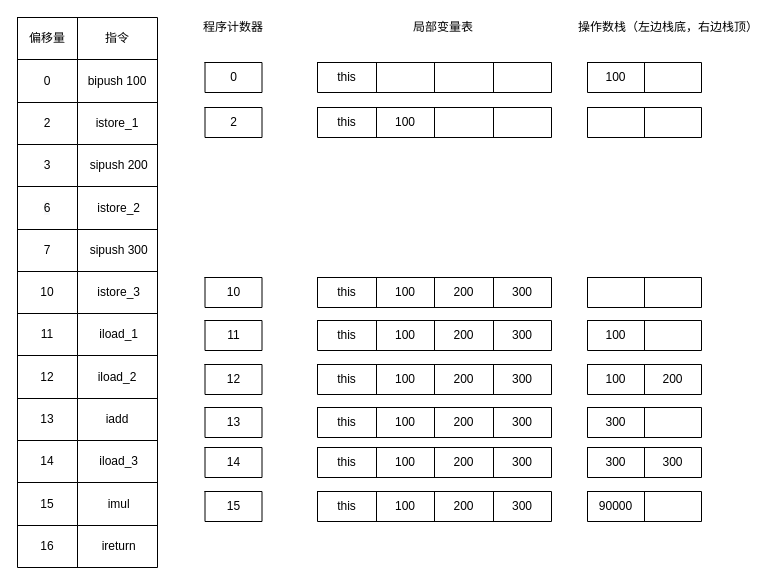
Above: jvm/局部变量表，操作数栈，程序计数器执行过程.drawio in erlieStar/diagrams (draw.io), before the change. Source tidied: cells renumbered, new cells numbered last; positions are measured from the earlier drawing's top-left corner, leaving out a move shared by most shapes. Both pictures are drawn from the tidied source at 100%, with x=0, y=0 at pixel (17, 17).
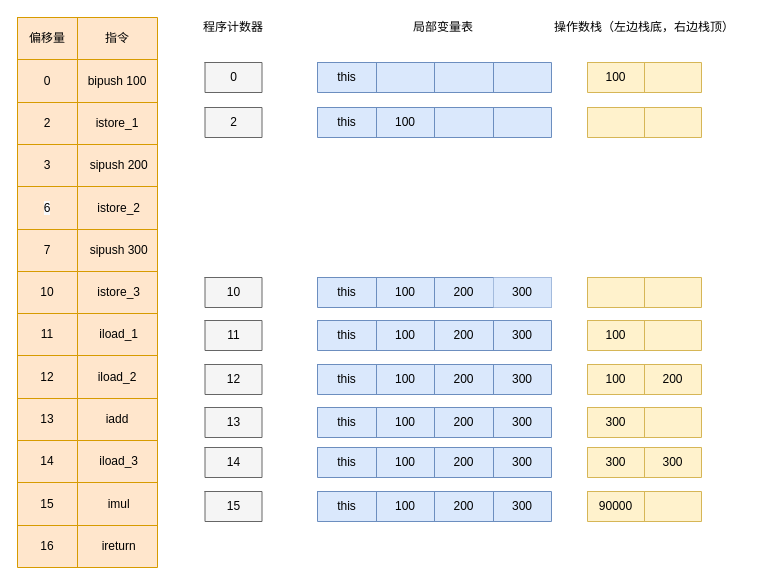
The same page after the edit.

Commit message (it also covers changes not shown here):
Update 局部变量表，操作数栈，程序计数器执行过程.drawio

Unchanged cells that the change refers to:
```xml
<mxCell id="72" style="shape=partialRectangle;html=1;whiteSpace=wrap;fillColor=none;top=0;left=0;bottom=0;right=0;" parent="71" vertex="1">
  <mxGeometry width="234" height="30" as="geometry" />
</mxCell>
```

The edit, as a diff of the source:
```diff
@@
-    <mxCell id="2" style="shape=table;html=1;whiteSpace=wrap;startSize=0;childLayout=tableLayout;" parent="1" vertex="1">
+    <mxCell id="2" style="shape=table;html=1;whiteSpace=wrap;startSize=0;childLayout=tableLayout;fillColor=#ffe6cc;strokeColor=#d79b00;" parent="1" vertex="1">
       <mxGeometry width="140" height="550" as="geometry" />
     </mxCell>
@@
-    <mxCell id="44" style="shape=table;html=1;whiteSpace=wrap;startSize=0;childLayout=tableLayout;" parent="1" vertex="1">
+    <mxCell id="44" style="shape=table;html=1;whiteSpace=wrap;startSize=0;childLayout=tableLayout;fillColor=#dae8fc;strokeColor=#6c8ebf;" parent="1" vertex="1">
       <mxGeometry x="300" y="45" width="234" height="30" as="geometry" />
     </mxCell>
@@
     <mxCell id="50" value="操作数栈（左边栈底，右边栈顶）" style="text;html=1;strokeColor=none;fillColor=none;align=center;verticalAlign=middle;whiteSpace=wrap;rounded=0;" parent="1" vertex="1">
-      <mxGeometry x="556" width="190" height="20" as="geometry" />
+      <mxGeometry x="532" width="190" height="20" as="geometry" />
     </mxCell>
-    <mxCell id="51" style="shape=table;html=1;whiteSpace=wrap;startSize=0;childLayout=tableLayout;" parent="1" vertex="1">
+    <mxCell id="51" style="shape=table;html=1;whiteSpace=wrap;startSize=0;childLayout=tableLayout;fillColor=#fff2cc;strokeColor=#d6b656;" parent="1" vertex="1">
       <mxGeometry x="570" y="45" width="114" height="30" as="geometry" />
     </mxCell>
@@
-    <mxCell id="55" style="shape=table;html=1;whiteSpace=wrap;startSize=0;childLayout=tableLayout;" parent="1" vertex="1">
+    <mxCell id="55" style="shape=table;html=1;whiteSpace=wrap;startSize=0;childLayout=tableLayout;fillColor=#f5f5f5;strokeColor=#666666;fontColor=#333333;" parent="1" vertex="1">
       <mxGeometry x="187.5" y="45" width="57" height="30" as="geometry" />
     </mxCell>
@@
-    <mxCell id="58" style="shape=table;html=1;whiteSpace=wrap;startSize=0;childLayout=tableLayout;" parent="1" vertex="1">
+    <mxCell id="58" style="shape=table;html=1;whiteSpace=wrap;startSize=0;childLayout=tableLayout;fillColor=#dae8fc;strokeColor=#6c8ebf;" parent="1" vertex="1">
       <mxGeometry x="300" y="90" width="234" height="30" as="geometry" />
     </mxCell>
@@
-    <mxCell id="64" style="shape=table;html=1;whiteSpace=wrap;startSize=0;childLayout=tableLayout;" parent="1" vertex="1">
+    <mxCell id="64" style="shape=table;html=1;whiteSpace=wrap;startSize=0;childLayout=tableLayout;fillColor=#fff2cc;strokeColor=#d6b656;" parent="1" vertex="1">
       <mxGeometry x="570" y="90" width="114" height="30" as="geometry" />
     </mxCell>
@@
-    <mxCell id="68" style="shape=table;html=1;whiteSpace=wrap;startSize=0;childLayout=tableLayout;" parent="1" vertex="1">
+    <mxCell id="68" style="shape=table;html=1;whiteSpace=wrap;startSize=0;childLayout=tableLayout;fillColor=#f5f5f5;strokeColor=#666666;fontColor=#333333;" parent="1" vertex="1">
       <mxGeometry x="187.5" y="90" width="57" height="30" as="geometry" />
     </mxCell>
@@
-    <mxCell id="71" style="shape=table;html=1;whiteSpace=wrap;startSize=0;childLayout=tableLayout;" parent="1" vertex="1">
+    <mxCell id="71" style="shape=table;html=1;whiteSpace=wrap;startSize=0;childLayout=tableLayout;fillColor=#dae8fc;strokeColor=#6c8ebf;" parent="1" vertex="1">
       <mxGeometry x="300" y="260" width="234" height="30" as="geometry" />
     </mxCell>
@@
-    <mxCell id="76" value="300" style="shape=partialRectangle;html=1;whiteSpace=wrap;fillColor=none;top=0;left=0;bottom=0;right=0;overflow=hidden;" parent="72" vertex="1">
+    <mxCell id="76" value="300" style="shape=partialRectangle;html=1;whiteSpace=wrap;fillColor=#dae8fc;top=0;left=0;bottom=0;right=0;overflow=hidden;strokeColor=#6c8ebf;" parent="72" vertex="1">
       <mxGeometry x="176" width="58" height="30" as="geometry" />
     </mxCell>
-    <mxCell id="77" style="shape=table;html=1;whiteSpace=wrap;startSize=0;childLayout=tableLayout;" parent="1" vertex="1">
+    <mxCell id="77" style="shape=table;html=1;whiteSpace=wrap;startSize=0;childLayout=tableLayout;fillColor=#fff2cc;strokeColor=#d6b656;" parent="1" vertex="1">
       <mxGeometry x="570" y="260" width="114" height="30" as="geometry" />
     </mxCell>
@@
-    <mxCell id="81" style="shape=table;html=1;whiteSpace=wrap;startSize=0;childLayout=tableLayout;" parent="1" vertex="1">
+    <mxCell id="81" style="shape=table;html=1;whiteSpace=wrap;startSize=0;childLayout=tableLayout;fillColor=#f5f5f5;strokeColor=#666666;fontColor=#333333;" parent="1" vertex="1">
       <mxGeometry x="187.5" y="260" width="57" height="30" as="geometry" />
     </mxCell>
@@
-    <mxCell id="84" style="shape=table;html=1;whiteSpace=wrap;startSize=0;childLayout=tableLayout;" parent="1" vertex="1">
+    <mxCell id="84" style="shape=table;html=1;whiteSpace=wrap;startSize=0;childLayout=tableLayout;fillColor=#dae8fc;strokeColor=#6c8ebf;" parent="1" vertex="1">
       <mxGeometry x="300" y="303" width="234" height="30" as="geometry" />
     </mxCell>
@@
-    <mxCell id="90" style="shape=table;html=1;whiteSpace=wrap;startSize=0;childLayout=tableLayout;" parent="1" vertex="1">
+    <mxCell id="90" style="shape=table;html=1;whiteSpace=wrap;startSize=0;childLayout=tableLayout;fillColor=#fff2cc;strokeColor=#d6b656;" parent="1" vertex="1">
       <mxGeometry x="570" y="303" width="114" height="30" as="geometry" />
     </mxCell>
@@
-    <mxCell id="94" style="shape=table;html=1;whiteSpace=wrap;startSize=0;childLayout=tableLayout;" parent="1" vertex="1">
+    <mxCell id="94" style="shape=table;html=1;whiteSpace=wrap;startSize=0;childLayout=tableLayout;fillColor=#f5f5f5;strokeColor=#666666;fontColor=#333333;" parent="1" vertex="1">
       <mxGeometry x="187.5" y="303" width="57" height="30" as="geometry" />
     </mxCell>
@@
-    <mxCell id="97" style="shape=table;html=1;whiteSpace=wrap;startSize=0;childLayout=tableLayout;" parent="1" vertex="1">
+    <mxCell id="97" style="shape=table;html=1;whiteSpace=wrap;startSize=0;childLayout=tableLayout;fillColor=#dae8fc;strokeColor=#6c8ebf;" parent="1" vertex="1">
       <mxGeometry x="300" y="347" width="234" height="30" as="geometry" />
     </mxCell>
@@
-    <mxCell id="103" style="shape=table;html=1;whiteSpace=wrap;startSize=0;childLayout=tableLayout;" parent="1" vertex="1">
+    <mxCell id="103" style="shape=table;html=1;whiteSpace=wrap;startSize=0;childLayout=tableLayout;fillColor=#fff2cc;strokeColor=#d6b656;" parent="1" vertex="1">
       <mxGeometry x="570" y="347" width="114" height="30" as="geometry" />
     </mxCell>
@@
-    <mxCell id="107" style="shape=table;html=1;whiteSpace=wrap;startSize=0;childLayout=tableLayout;" parent="1" vertex="1">
+    <mxCell id="107" style="shape=table;html=1;whiteSpace=wrap;startSize=0;childLayout=tableLayout;fillColor=#f5f5f5;strokeColor=#666666;fontColor=#333333;" parent="1" vertex="1">
       <mxGeometry x="187.5" y="347" width="57" height="30" as="geometry" />
     </mxCell>
@@
-    <mxCell id="110" style="shape=table;html=1;whiteSpace=wrap;startSize=0;childLayout=tableLayout;" parent="1" vertex="1">
+    <mxCell id="110" style="shape=table;html=1;whiteSpace=wrap;startSize=0;childLayout=tableLayout;fillColor=#dae8fc;strokeColor=#6c8ebf;" parent="1" vertex="1">
       <mxGeometry x="300" y="390" width="234" height="30" as="geometry" />
     </mxCell>
@@
-    <mxCell id="116" style="shape=table;html=1;whiteSpace=wrap;startSize=0;childLayout=tableLayout;" parent="1" vertex="1">
+    <mxCell id="116" style="shape=table;html=1;whiteSpace=wrap;startSize=0;childLayout=tableLayout;fillColor=#fff2cc;strokeColor=#d6b656;" parent="1" vertex="1">
       <mxGeometry x="570" y="390" width="114" height="30" as="geometry" />
     </mxCell>
@@
-    <mxCell id="120" style="shape=table;html=1;whiteSpace=wrap;startSize=0;childLayout=tableLayout;" parent="1" vertex="1">
+    <mxCell id="120" style="shape=table;html=1;whiteSpace=wrap;startSize=0;childLayout=tableLayout;fillColor=#f5f5f5;strokeColor=#666666;fontColor=#333333;" parent="1" vertex="1">
       <mxGeometry x="187.5" y="390" width="57" height="30" as="geometry" />
     </mxCell>
@@
-    <mxCell id="123" style="shape=table;html=1;whiteSpace=wrap;startSize=0;childLayout=tableLayout;" parent="1" vertex="1">
+    <mxCell id="123" style="shape=table;html=1;whiteSpace=wrap;startSize=0;childLayout=tableLayout;fillColor=#dae8fc;strokeColor=#6c8ebf;" parent="1" vertex="1">
       <mxGeometry x="300" y="430" width="234" height="30" as="geometry" />
     </mxCell>
@@
-    <mxCell id="129" style="shape=table;html=1;whiteSpace=wrap;startSize=0;childLayout=tableLayout;" parent="1" vertex="1">
+    <mxCell id="129" style="shape=table;html=1;whiteSpace=wrap;startSize=0;childLayout=tableLayout;fillColor=#fff2cc;strokeColor=#d6b656;" parent="1" vertex="1">
       <mxGeometry x="570" y="430" width="114" height="30" as="geometry" />
     </mxCell>
@@
-    <mxCell id="133" style="shape=table;html=1;whiteSpace=wrap;startSize=0;childLayout=tableLayout;" parent="1" vertex="1">
+    <mxCell id="133" style="shape=table;html=1;whiteSpace=wrap;startSize=0;childLayout=tableLayout;fillColor=#f5f5f5;strokeColor=#666666;fontColor=#333333;" parent="1" vertex="1">
       <mxGeometry x="187.5" y="430" width="57" height="30" as="geometry" />
     </mxCell>
@@
-    <mxCell id="136" style="shape=table;html=1;whiteSpace=wrap;startSize=0;childLayout=tableLayout;" parent="1" vertex="1">
+    <mxCell id="136" style="shape=table;html=1;whiteSpace=wrap;startSize=0;childLayout=tableLayout;fillColor=#dae8fc;strokeColor=#6c8ebf;" parent="1" vertex="1">
       <mxGeometry x="300" y="474" width="234" height="30" as="geometry" />
     </mxCell>
@@
-    <mxCell id="142" style="shape=table;html=1;whiteSpace=wrap;startSize=0;childLayout=tableLayout;" parent="1" vertex="1">
+    <mxCell id="142" style="shape=table;html=1;whiteSpace=wrap;startSize=0;childLayout=tableLayout;fillColor=#fff2cc;strokeColor=#d6b656;" parent="1" vertex="1">
       <mxGeometry x="570" y="474" width="114" height="30" as="geometry" />
     </mxCell>
@@
-    <mxCell id="146" style="shape=table;html=1;whiteSpace=wrap;startSize=0;childLayout=tableLayout;" parent="1" vertex="1">
+    <mxCell id="146" style="shape=table;html=1;whiteSpace=wrap;startSize=0;childLayout=tableLayout;fillColor=#f5f5f5;strokeColor=#666666;fontColor=#333333;" parent="1" vertex="1">
       <mxGeometry x="187.5" y="474" width="57" height="30" as="geometry" />
     </mxCell>
```
